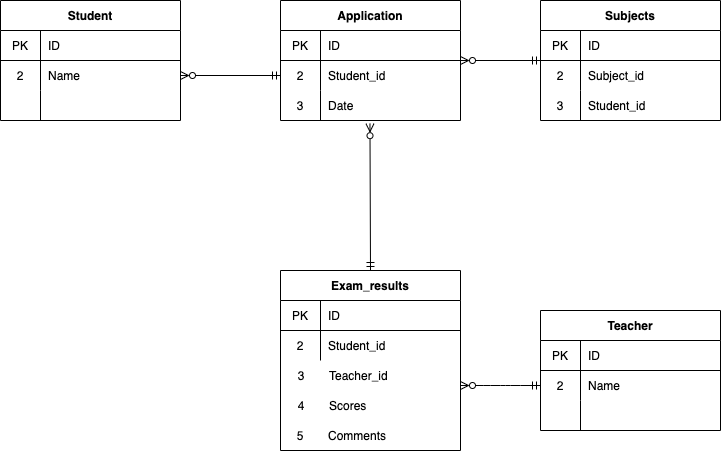
This is exercise.drawio.png from yukatonge/20220126tonge, a draw.io export, as it was before one commit. Source tidied: cells renumbered, new cells last; positions are measured from the earlier drawing's top-left corner, leaving out a move shared by most shapes. Source of this version:
```xml
<mxGraphModel>
  <root>
    <mxCell id="0" />
    <mxCell id="1" parent="0" />
    <mxCell id="2" value="Student" style="shape=table;startSize=30;rowLines=0;fontStyle=1;align=center;" parent="1" vertex="1">
      <mxGeometry width="180" height="120" as="geometry" />
    </mxCell>
    <mxCell id="3" style="shape=partialRectangle;html=1;whiteSpace=wrap;fillColor=none;top=0;left=0;bottom=1;right=0;" parent="2" vertex="1">
      <mxGeometry y="30" width="180" height="30" as="geometry" />
    </mxCell>
    <mxCell id="4" value="PK" style="shape=partialRectangle;html=1;whiteSpace=wrap;fillColor=none;top=0;left=0;bottom=0;right=0;overflow=hidden;" parent="3" vertex="1">
      <mxGeometry width="40" height="30" as="geometry" />
    </mxCell>
    <mxCell id="5" value="ID" style="shape=partialRectangle;html=1;whiteSpace=wrap;fillColor=none;top=0;left=0;bottom=0;right=0;align=left;spacingLeft=6;overflow=hidden;" parent="3" vertex="1">
      <mxGeometry x="40" width="140" height="30" as="geometry" />
    </mxCell>
    <mxCell id="6" style="shape=partialRectangle;html=1;whiteSpace=wrap;fillColor=none;top=0;left=0;bottom=0;right=0;points=[[0,0.5],[1,0.5]];portConstraint=eastwest;" parent="2" vertex="1">
      <mxGeometry y="60" width="180" height="30" as="geometry" />
    </mxCell>
    <mxCell id="7" value="2" style="shape=partialRectangle;html=1;whiteSpace=wrap;fillColor=none;top=0;left=0;bottom=0;right=0;overflow=hidden;" parent="6" vertex="1">
      <mxGeometry width="40" height="30" as="geometry" />
    </mxCell>
    <mxCell id="8" value="Name" style="shape=partialRectangle;html=1;whiteSpace=wrap;fillColor=none;top=0;left=0;bottom=0;right=0;align=left;spacingLeft=6;overflow=hidden;" parent="6" vertex="1">
      <mxGeometry x="40" width="140" height="30" as="geometry" />
    </mxCell>
    <mxCell id="9" style="shape=partialRectangle;html=1;whiteSpace=wrap;fillColor=none;top=0;left=0;bottom=0;right=0;" parent="2" vertex="1">
      <mxGeometry y="90" width="180" height="30" as="geometry" />
    </mxCell>
    <mxCell id="10" style="shape=partialRectangle;html=1;whiteSpace=wrap;fillColor=none;top=0;left=0;bottom=0;right=0;overflow=hidden;" parent="9" vertex="1">
      <mxGeometry width="40" height="30" as="geometry" />
    </mxCell>
    <mxCell id="11" style="shape=partialRectangle;html=1;whiteSpace=wrap;fillColor=none;top=0;left=0;bottom=0;right=0;align=left;spacingLeft=6;overflow=hidden;" parent="9" vertex="1">
      <mxGeometry x="40" width="140" height="30" as="geometry" />
    </mxCell>
    <mxCell id="12" style="group;" parent="1" vertex="1">
      <mxGeometry x="280" width="181" height="150" as="geometry" />
    </mxCell>
    <mxCell id="13" value="Application" style="shape=table;startSize=30;rowLines=0;fontStyle=1;align=center;" parent="12" vertex="1">
      <mxGeometry width="180" height="120" as="geometry" />
    </mxCell>
    <mxCell id="14" style="shape=partialRectangle;html=1;whiteSpace=wrap;fillColor=none;top=0;left=0;bottom=1;right=0;" parent="13" vertex="1">
      <mxGeometry y="30" width="180" height="30" as="geometry" />
    </mxCell>
    <mxCell id="15" value="PK" style="shape=partialRectangle;html=1;whiteSpace=wrap;fillColor=none;top=0;left=0;bottom=0;right=0;overflow=hidden;" parent="14" vertex="1">
      <mxGeometry width="40" height="30" as="geometry" />
    </mxCell>
    <mxCell id="16" value="ID" style="shape=partialRectangle;html=1;whiteSpace=wrap;fillColor=none;top=0;left=0;bottom=0;right=0;align=left;spacingLeft=6;overflow=hidden;" parent="14" vertex="1">
      <mxGeometry x="40" width="140" height="30" as="geometry" />
    </mxCell>
    <mxCell id="17" style="shape=partialRectangle;html=1;whiteSpace=wrap;fillColor=none;top=0;left=0;bottom=0;right=0;points=[[0,0.5],[1,0.5]];portConstraint=eastwest;" parent="13" vertex="1">
      <mxGeometry y="60" width="180" height="30" as="geometry" />
    </mxCell>
    <mxCell id="18" value="2" style="shape=partialRectangle;html=1;whiteSpace=wrap;fillColor=none;top=0;left=0;bottom=0;right=0;overflow=hidden;" parent="17" vertex="1">
      <mxGeometry width="40" height="30" as="geometry" />
    </mxCell>
    <mxCell id="19" value="Student_id" style="shape=partialRectangle;html=1;whiteSpace=wrap;fillColor=none;top=0;left=0;bottom=0;right=0;align=left;spacingLeft=6;overflow=hidden;" parent="17" vertex="1">
      <mxGeometry x="40" width="140" height="30" as="geometry" />
    </mxCell>
    <mxCell id="20" style="shape=partialRectangle;html=1;whiteSpace=wrap;fillColor=none;top=0;left=0;bottom=0;right=0;points=[[0,0.5],[1,0.5]];portConstraint=eastwest;" parent="13" vertex="1">
      <mxGeometry y="90" width="180" height="30" as="geometry" />
    </mxCell>
    <mxCell id="21" value="3" style="shape=partialRectangle;html=1;whiteSpace=wrap;fillColor=none;top=0;left=0;bottom=0;right=0;overflow=hidden;" parent="20" vertex="1">
      <mxGeometry width="40" height="30" as="geometry" />
    </mxCell>
    <mxCell id="22" value="Date" style="shape=partialRectangle;html=1;whiteSpace=wrap;fillColor=none;top=0;left=0;bottom=0;right=0;align=left;spacingLeft=6;overflow=hidden;" parent="20" vertex="1">
      <mxGeometry x="40" width="140" height="30" as="geometry" />
    </mxCell>
    <mxCell id="23" style="edgeStyle=none;html=1;entryX=0;entryY=0.5;entryDx=0;entryDy=0;startArrow=ERzeroToMany;startFill=0;endArrow=ERmandOne;endFill=0;" parent="1" edge="1" source="6" target="17">
      <mxGeometry relative="1" as="geometry" />
    </mxCell>
    <mxCell id="24" style="edgeStyle=none;html=1;startArrow=ERzeroToMany;startFill=0;endArrow=ERmandOne;endFill=0;" parent="1" edge="1" source="13" target="55">
      <mxGeometry relative="1" as="geometry" />
    </mxCell>
    <mxCell id="25" value="Teacher" style="shape=table;startSize=30;rowLines=0;fontStyle=1;align=center;" parent="1" vertex="1">
      <mxGeometry x="540" y="310" width="180" height="120" as="geometry" />
    </mxCell>
    <mxCell id="26" style="shape=partialRectangle;html=1;whiteSpace=wrap;fillColor=none;top=0;left=0;bottom=1;right=0;" parent="25" vertex="1">
      <mxGeometry y="30" width="180" height="30" as="geometry" />
    </mxCell>
    <mxCell id="27" value="PK" style="shape=partialRectangle;html=1;whiteSpace=wrap;fillColor=none;top=0;left=0;bottom=0;right=0;overflow=hidden;" parent="26" vertex="1">
      <mxGeometry width="40" height="30" as="geometry" />
    </mxCell>
    <mxCell id="28" value="ID" style="shape=partialRectangle;html=1;whiteSpace=wrap;fillColor=none;top=0;left=0;bottom=0;right=0;align=left;spacingLeft=6;overflow=hidden;" parent="26" vertex="1">
      <mxGeometry x="40" width="140" height="30" as="geometry" />
    </mxCell>
    <mxCell id="29" style="shape=partialRectangle;html=1;whiteSpace=wrap;fillColor=none;top=0;left=0;bottom=0;right=0;" parent="25" vertex="1">
      <mxGeometry y="60" width="180" height="30" as="geometry" />
    </mxCell>
    <mxCell id="30" value="2" style="shape=partialRectangle;html=1;whiteSpace=wrap;fillColor=none;top=0;left=0;bottom=0;right=0;overflow=hidden;" parent="29" vertex="1">
      <mxGeometry width="40" height="30" as="geometry" />
    </mxCell>
    <mxCell id="31" value="Name" style="shape=partialRectangle;html=1;whiteSpace=wrap;fillColor=none;top=0;left=0;bottom=0;right=0;align=left;spacingLeft=6;overflow=hidden;" parent="29" vertex="1">
      <mxGeometry x="40" width="140" height="30" as="geometry" />
    </mxCell>
    <mxCell id="32" style="shape=partialRectangle;html=1;whiteSpace=wrap;fillColor=none;top=0;left=0;bottom=0;right=0;" parent="25" vertex="1">
      <mxGeometry y="90" width="180" height="30" as="geometry" />
    </mxCell>
    <mxCell id="33" style="shape=partialRectangle;html=1;whiteSpace=wrap;fillColor=none;top=0;left=0;bottom=0;right=0;overflow=hidden;" parent="32" vertex="1">
      <mxGeometry width="40" height="30" as="geometry" />
    </mxCell>
    <mxCell id="34" style="shape=partialRectangle;html=1;whiteSpace=wrap;fillColor=none;top=0;left=0;bottom=0;right=0;align=left;spacingLeft=6;overflow=hidden;" parent="32" vertex="1">
      <mxGeometry x="40" width="140" height="30" as="geometry" />
    </mxCell>
    <mxCell id="35" style="group;" parent="1" vertex="1">
      <mxGeometry x="280" y="270" width="181" height="180" as="geometry" />
    </mxCell>
    <mxCell id="36" style="shape=partialRectangle;html=1;whiteSpace=wrap;fillColor=none;top=0;left=0;bottom=0;right=0;" parent="35" vertex="1">
      <mxGeometry x="1" y="90" width="180" height="30" as="geometry" />
    </mxCell>
    <mxCell id="37" value="3" style="shape=partialRectangle;html=1;whiteSpace=wrap;fillColor=none;top=0;left=0;bottom=0;right=0;overflow=hidden;" parent="36" vertex="1">
      <mxGeometry width="40" height="30" as="geometry" />
    </mxCell>
    <mxCell id="38" value="Teacher_id" style="shape=partialRectangle;html=1;whiteSpace=wrap;fillColor=none;top=0;left=0;bottom=0;right=0;align=left;spacingLeft=6;overflow=hidden;" parent="36" vertex="1">
      <mxGeometry x="40" width="140" height="30" as="geometry" />
    </mxCell>
    <mxCell id="39" style="group;" parent="35" vertex="1">
      <mxGeometry width="181" height="180" as="geometry" />
    </mxCell>
    <mxCell id="40" value="Exam_results" style="shape=table;startSize=30;rowLines=0;fontStyle=1;align=center;" parent="39" vertex="1">
      <mxGeometry width="180" height="180" as="geometry" />
    </mxCell>
    <mxCell id="41" style="shape=partialRectangle;html=1;whiteSpace=wrap;fillColor=none;top=0;left=0;bottom=1;right=0;" parent="40" vertex="1">
      <mxGeometry y="30" width="180" height="30" as="geometry" />
    </mxCell>
    <mxCell id="42" value="PK" style="shape=partialRectangle;html=1;whiteSpace=wrap;fillColor=none;top=0;left=0;bottom=0;right=0;overflow=hidden;" parent="41" vertex="1">
      <mxGeometry width="40" height="30" as="geometry" />
    </mxCell>
    <mxCell id="43" value="ID" style="shape=partialRectangle;html=1;whiteSpace=wrap;fillColor=none;top=0;left=0;bottom=0;right=0;align=left;spacingLeft=6;overflow=hidden;" parent="41" vertex="1">
      <mxGeometry x="40" width="140" height="30" as="geometry" />
    </mxCell>
    <mxCell id="44" style="shape=partialRectangle;html=1;whiteSpace=wrap;fillColor=none;top=0;left=0;bottom=0;right=0;" parent="40" vertex="1">
      <mxGeometry y="60" width="180" height="30" as="geometry" />
    </mxCell>
    <mxCell id="45" value="2" style="shape=partialRectangle;html=1;whiteSpace=wrap;fillColor=none;top=0;left=0;bottom=0;right=0;overflow=hidden;" parent="44" vertex="1">
      <mxGeometry width="40" height="30" as="geometry" />
    </mxCell>
    <mxCell id="46" value="Student_id" style="shape=partialRectangle;html=1;whiteSpace=wrap;fillColor=none;top=0;left=0;bottom=0;right=0;align=left;spacingLeft=6;overflow=hidden;" parent="44" vertex="1">
      <mxGeometry x="40" width="140" height="30" as="geometry" />
    </mxCell>
    <mxCell id="47" style="shape=partialRectangle;html=1;whiteSpace=wrap;fillColor=none;top=0;left=0;bottom=0;right=0;" parent="39" vertex="1">
      <mxGeometry x="1" y="120" width="180" height="30" as="geometry" />
    </mxCell>
    <mxCell id="48" value="4" style="shape=partialRectangle;html=1;whiteSpace=wrap;fillColor=none;top=0;left=0;bottom=0;right=0;overflow=hidden;" parent="47" vertex="1">
      <mxGeometry width="40" height="30" as="geometry" />
    </mxCell>
    <mxCell id="49" value="Scores" style="shape=partialRectangle;html=1;whiteSpace=wrap;fillColor=none;top=0;left=0;bottom=0;right=0;align=left;spacingLeft=6;overflow=hidden;" parent="47" vertex="1">
      <mxGeometry x="40" width="140" height="30" as="geometry" />
    </mxCell>
    <mxCell id="50" style="shape=partialRectangle;html=1;whiteSpace=wrap;fillColor=none;top=0;left=0;bottom=0;right=0;" parent="39" vertex="1">
      <mxGeometry y="150" width="180" height="30" as="geometry" />
    </mxCell>
    <mxCell id="51" value="5" style="shape=partialRectangle;html=1;whiteSpace=wrap;fillColor=none;top=0;left=0;bottom=0;right=0;overflow=hidden;" parent="50" vertex="1">
      <mxGeometry width="40" height="30" as="geometry" />
    </mxCell>
    <mxCell id="52" value="Comments" style="shape=partialRectangle;html=1;whiteSpace=wrap;fillColor=none;top=0;left=0;bottom=0;right=0;align=left;spacingLeft=6;overflow=hidden;" parent="50" vertex="1">
      <mxGeometry x="40" width="140" height="30" as="geometry" />
    </mxCell>
    <mxCell id="53" style="edgeStyle=entityRelationEdgeStyle;fontSize=12;html=1;endArrow=ERmandOne;endFill=0;startArrow=ERzeroToMany;startFill=0;" parent="1" edge="1">
      <mxGeometry relative="1" as="geometry">
        <mxPoint x="460" y="385" as="sourcePoint" />
        <mxPoint x="540" y="385" as="targetPoint" />
      </mxGeometry>
    </mxCell>
    <mxCell id="54" style="group;" parent="1" vertex="1">
      <mxGeometry x="540" width="181" height="150" as="geometry" />
    </mxCell>
    <mxCell id="55" value="Subjects" style="shape=table;startSize=30;rowLines=0;fontStyle=1;align=center;" parent="54" vertex="1">
      <mxGeometry width="180" height="120" as="geometry" />
    </mxCell>
    <mxCell id="56" style="shape=partialRectangle;html=1;whiteSpace=wrap;fillColor=none;top=0;left=0;bottom=1;right=0;" parent="55" vertex="1">
      <mxGeometry y="30" width="180" height="30" as="geometry" />
    </mxCell>
    <mxCell id="57" value="PK" style="shape=partialRectangle;html=1;whiteSpace=wrap;fillColor=none;top=0;left=0;bottom=0;right=0;overflow=hidden;" parent="56" vertex="1">
      <mxGeometry width="40" height="30" as="geometry" />
    </mxCell>
    <mxCell id="58" value="ID" style="shape=partialRectangle;html=1;whiteSpace=wrap;fillColor=none;top=0;left=0;bottom=0;right=0;align=left;spacingLeft=6;overflow=hidden;" parent="56" vertex="1">
      <mxGeometry x="40" width="140" height="30" as="geometry" />
    </mxCell>
    <mxCell id="59" style="shape=partialRectangle;html=1;whiteSpace=wrap;fillColor=none;top=0;left=0;bottom=0;right=0;" parent="55" vertex="1">
      <mxGeometry y="60" width="180" height="30" as="geometry" />
    </mxCell>
    <mxCell id="60" value="2" style="shape=partialRectangle;html=1;whiteSpace=wrap;fillColor=none;top=0;left=0;bottom=0;right=0;overflow=hidden;" parent="59" vertex="1">
      <mxGeometry width="40" height="30" as="geometry" />
    </mxCell>
    <mxCell id="61" value="Subject_id" style="shape=partialRectangle;html=1;whiteSpace=wrap;fillColor=none;top=0;left=0;bottom=0;right=0;align=left;spacingLeft=6;overflow=hidden;" parent="59" vertex="1">
      <mxGeometry x="40" width="140" height="30" as="geometry" />
    </mxCell>
    <mxCell id="62" style="shape=partialRectangle;html=1;whiteSpace=wrap;fillColor=none;top=0;left=0;bottom=0;right=0;" parent="55" vertex="1">
      <mxGeometry y="90" width="180" height="30" as="geometry" />
    </mxCell>
    <mxCell id="63" value="3" style="shape=partialRectangle;html=1;whiteSpace=wrap;fillColor=none;top=0;left=0;bottom=0;right=0;overflow=hidden;" parent="62" vertex="1">
      <mxGeometry width="40" height="30" as="geometry" />
    </mxCell>
    <mxCell id="64" value="Student_id" style="shape=partialRectangle;html=1;whiteSpace=wrap;fillColor=none;top=0;left=0;bottom=0;right=0;align=left;spacingLeft=6;overflow=hidden;" parent="62" vertex="1">
      <mxGeometry x="40" width="140" height="30" as="geometry" />
    </mxCell>
    <mxCell id="65" style="edgeStyle=none;html=1;startArrow=ERzeroToMany;startFill=0;endArrow=ERmandOne;endFill=0;entryX=0.5;entryY=0;entryDx=0;entryDy=0;exitX=0.497;exitY=1.106;exitDx=0;exitDy=0;exitPerimeter=0;" parent="1" edge="1" source="20" target="40">
      <mxGeometry relative="1" as="geometry" />
    </mxCell>
  </root>
</mxGraphModel>
```
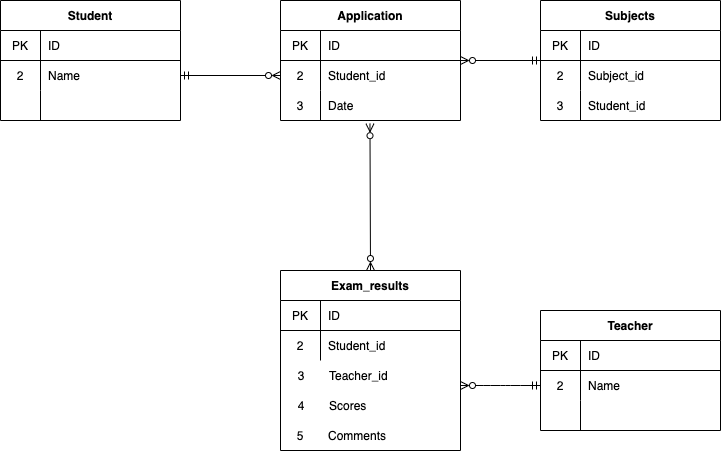
The same file after the commit.

Change to the diagram source:
```diff
@@ -65,7 +65,7 @@
     <mxCell id="22" value="Date" style="shape=partialRectangle;html=1;whiteSpace=wrap;fillColor=none;top=0;left=0;bottom=0;right=0;align=left;spacingLeft=6;overflow=hidden;" parent="20" vertex="1">
       <mxGeometry x="40" width="140" height="30" as="geometry" />
     </mxCell>
-    <mxCell id="23" style="edgeStyle=none;html=1;entryX=0;entryY=0.5;entryDx=0;entryDy=0;startArrow=ERzeroToMany;startFill=0;endArrow=ERmandOne;endFill=0;" parent="1" edge="1" source="6" target="17">
+    <mxCell id="23" style="edgeStyle=none;html=1;entryX=0;entryY=0.5;entryDx=0;entryDy=0;startArrow=ERmandOne;startFill=0;endArrow=ERzeroToMany;endFill=0;" parent="1" edge="1" source="6" target="17">
       <mxGeometry relative="1" as="geometry" />
     </mxCell>
     <mxCell id="24" style="edgeStyle=none;html=1;startArrow=ERzeroToMany;startFill=0;endArrow=ERmandOne;endFill=0;" parent="1" edge="1" source="13" target="55">
@@ -194,7 +194,7 @@
     <mxCell id="64" value="Student_id" style="shape=partialRectangle;html=1;whiteSpace=wrap;fillColor=none;top=0;left=0;bottom=0;right=0;align=left;spacingLeft=6;overflow=hidden;" parent="62" vertex="1">
       <mxGeometry x="40" width="140" height="30" as="geometry" />
     </mxCell>
-    <mxCell id="65" style="edgeStyle=none;html=1;startArrow=ERzeroToMany;startFill=0;endArrow=ERmandOne;endFill=0;entryX=0.5;entryY=0;entryDx=0;entryDy=0;exitX=0.497;exitY=1.106;exitDx=0;exitDy=0;exitPerimeter=0;" parent="1" edge="1" source="20" target="40">
+    <mxCell id="65" style="edgeStyle=none;html=1;startArrow=ERzeroToMany;startFill=0;endArrow=ERzeroToMany;endFill=0;entryX=0.5;entryY=0;entryDx=0;entryDy=0;exitX=0.497;exitY=1.106;exitDx=0;exitDy=0;exitPerimeter=0;" parent="1" edge="1" source="20" target="40">
       <mxGeometry relative="1" as="geometry" />
     </mxCell>
   </root>
```
